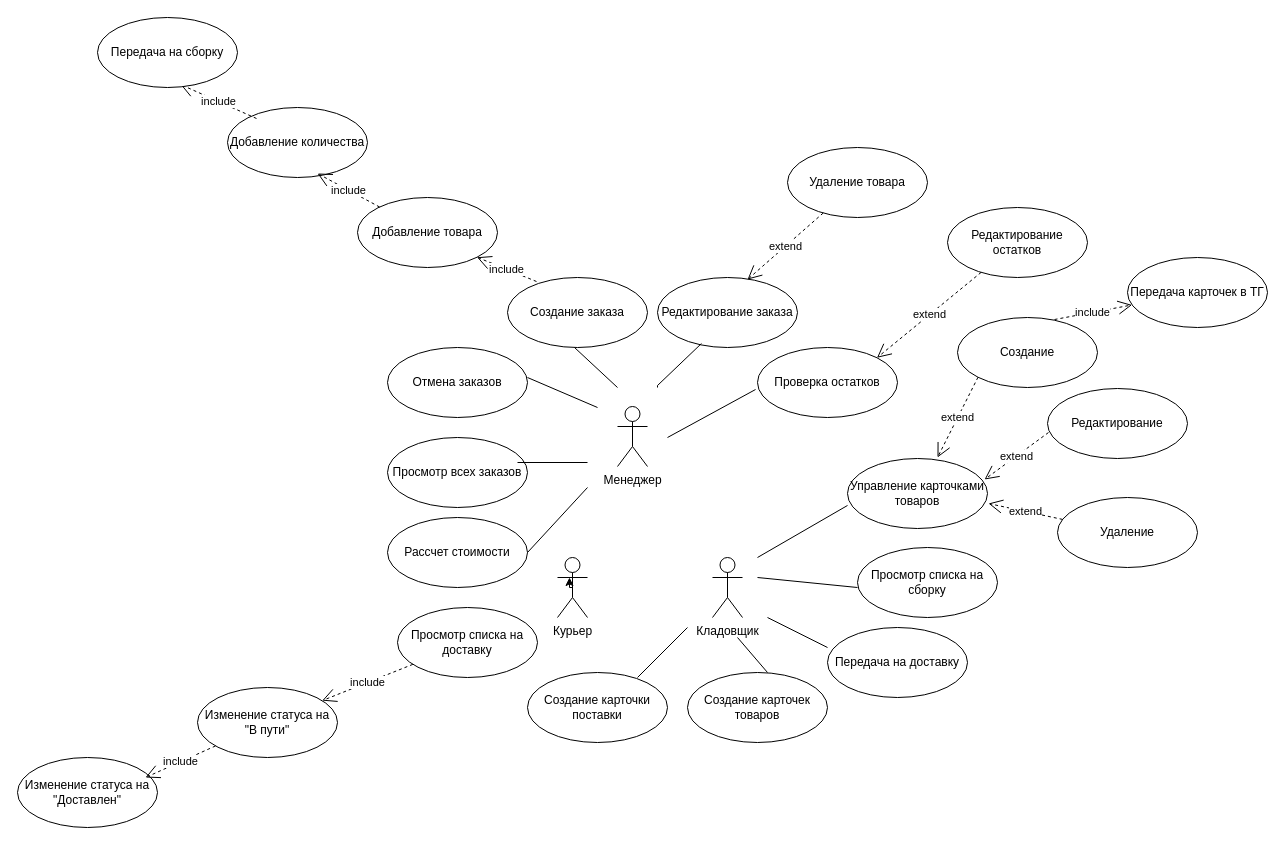
Nguyen1337/UML keeps this draw.io diagram as Диаграмма без названия.drawio. Above is the earlier version. Source tidied: cells renumbered, new cells numbered last; positions are measured from the earlier drawing's top-left corner, leaving out a move shared by most shapes. Both pictures are drawn from the tidied source at 100%, with x=0, y=0 at pixel (17, 17).
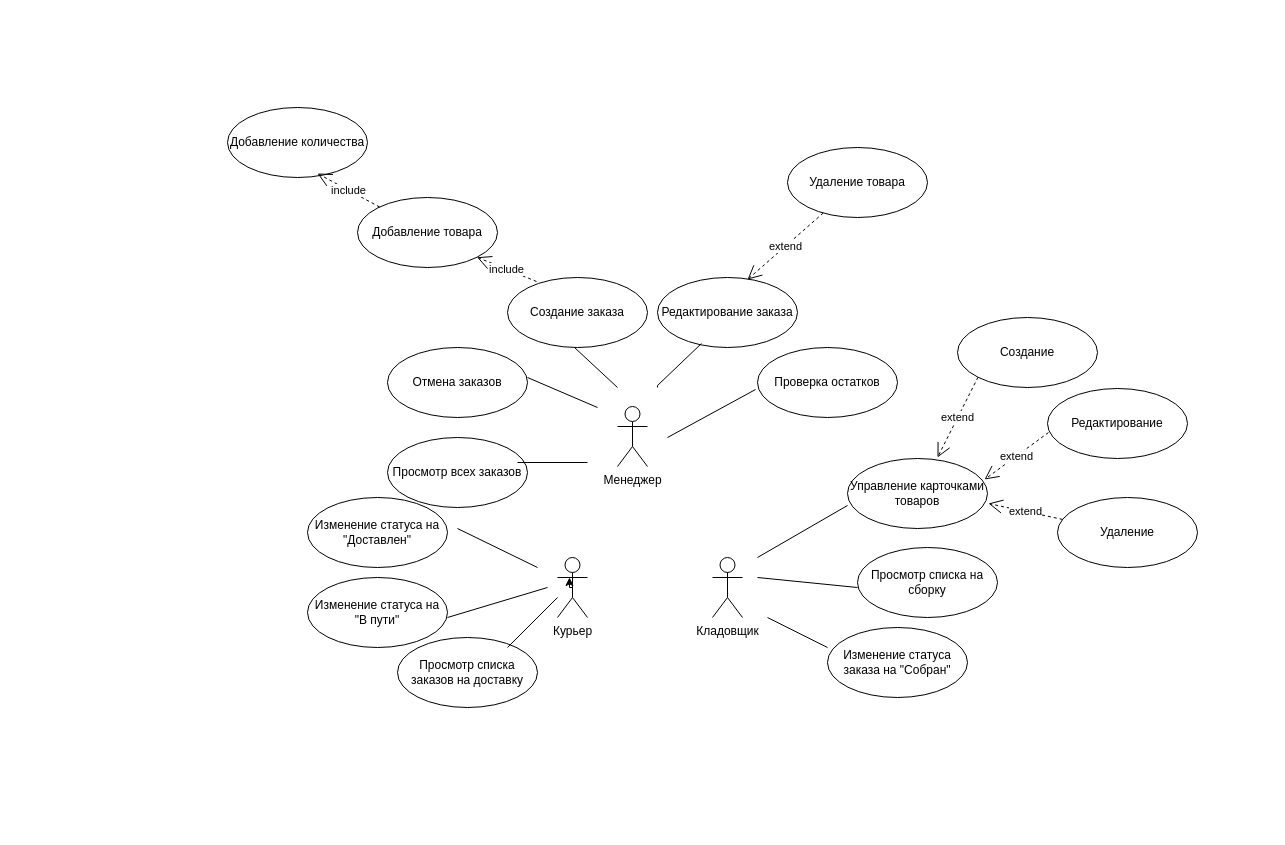
The same page after the edit.

The change refers to these unchanged cells:
```xml
<mxCell id="4" value="Проверка остатков" style="ellipse;whiteSpace=wrap;html=1;" parent="1" vertex="1">
  <mxGeometry x="740" y="330" width="140" height="70" as="geometry" />
</mxCell>
<mxCell id="13" value="Добавление количества" style="ellipse;whiteSpace=wrap;html=1;" parent="1" vertex="1">
  <mxGeometry x="210" y="90" width="140" height="70" as="geometry" />
</mxCell>
<mxCell id="30" value="Создание" style="ellipse;whiteSpace=wrap;html=1;" parent="1" vertex="1">
  <mxGeometry x="940" y="300" width="140" height="70" as="geometry" />
</mxCell>
```

What changed in the source:
```diff
@@
-    <mxCell id="15" value="include" style="endArrow=open;endSize=12;dashed=1;html=1;rounded=0;exitX=0.207;exitY=0.157;exitDx=0;exitDy=0;exitPerimeter=0;entryX=0.593;entryY=0.957;entryDx=0;entryDy=0;entryPerimeter=0;" parent="1" edge="1" source="13" target="16">
-      <mxGeometry relative="1" as="geometry" />
-    </mxCell>
-    <mxCell id="16" value="Передача на сборку" style="ellipse;whiteSpace=wrap;html=1;" parent="1" vertex="1">
-      <mxGeometry x="80" width="140" height="70" as="geometry" />
-    </mxCell>
-    <mxCell id="17" value="Редактирование остатков" style="ellipse;whiteSpace=wrap;html=1;" parent="1" vertex="1">
-      <mxGeometry x="930" y="190" width="140" height="70" as="geometry" />
-    </mxCell>
@@
-    <mxCell id="23" value="extend" style="endArrow=open;endSize=12;dashed=1;html=1;rounded=0;entryX=1;entryY=0;entryDx=0;entryDy=0;" parent="1" edge="1" source="17" target="4">
-      <mxGeometry relative="1" as="geometry" />
-    </mxCell>
@@
-    <mxCell id="25" value="Передача на доставку" style="ellipse;whiteSpace=wrap;html=1;" parent="1" vertex="1">
+    <mxCell id="25" value="Изменение статуса заказа на &quot;Собран&quot;" style="ellipse;whiteSpace=wrap;html=1;" parent="1" vertex="1">
       <mxGeometry x="810" y="610" width="140" height="70" as="geometry" />
     </mxCell>
-    <mxCell id="26" value="Создание карточек товаров" style="ellipse;whiteSpace=wrap;html=1;" parent="1" vertex="1">
-      <mxGeometry x="670" y="655" width="140" height="70" as="geometry" />
-    </mxCell>
@@
-    <mxCell id="31" value="Создание карточки поставки" style="ellipse;whiteSpace=wrap;html=1;" parent="1" vertex="1">
-      <mxGeometry x="510" y="655" width="140" height="70" as="geometry" />
-    </mxCell>
@@
-    <mxCell id="33" value="Передача карточек в ТГ" style="ellipse;whiteSpace=wrap;html=1;" parent="1" vertex="1">
-      <mxGeometry x="1110" y="240" width="140" height="70" as="geometry" />
-    </mxCell>
-    <mxCell id="34" value="include" style="endArrow=open;endSize=12;dashed=1;html=1;rounded=0;exitX=0.693;exitY=0.029;exitDx=0;exitDy=0;exitPerimeter=0;" parent="1" edge="1" source="30" target="33">
-      <mxGeometry x="-0.01" relative="1" as="geometry" />
-    </mxCell>
@@
-    <mxCell id="37" style="endArrow=none;html=1;rounded=0;" parent="1" edge="1">
-      <mxGeometry relative="1" as="geometry">
-        <mxPoint x="620" y="660" as="sourcePoint" />
-        <mxPoint x="670" y="610" as="targetPoint" />
-      </mxGeometry>
-    </mxCell>
-    <mxCell id="38" style="endArrow=none;html=1;rounded=0;" parent="1" edge="1">
-      <mxGeometry relative="1" as="geometry">
-        <mxPoint x="720" y="620" as="sourcePoint" />
-        <mxPoint x="750" y="655" as="targetPoint" />
-      </mxGeometry>
-    </mxCell>
@@
-    <mxCell id="44" value="Просмотр списка на доставку" style="ellipse;whiteSpace=wrap;html=1;" parent="1" vertex="1">
-      <mxGeometry x="380" y="590" width="140" height="70" as="geometry" />
+    <mxCell id="44" value="Просмотр списка заказов на доставку" style="ellipse;whiteSpace=wrap;html=1;" parent="1" vertex="1">
+      <mxGeometry x="380" y="620" width="140" height="70" as="geometry" />
     </mxCell>
-    <mxCell id="45" value="Рассчет стоимости" style="ellipse;whiteSpace=wrap;html=1;" parent="1" vertex="1">
-      <mxGeometry x="370" y="500" width="140" height="70" as="geometry" />
-    </mxCell>
-    <mxCell id="46" value="include" style="endArrow=open;endSize=12;dashed=1;html=1;rounded=0;" parent="1" edge="1" source="44" target="47">
-      <mxGeometry relative="1" as="geometry" />
-    </mxCell>
     <mxCell id="47" value="Изменение статуса на &quot;В пути&quot;" style="ellipse;whiteSpace=wrap;html=1;" parent="1" vertex="1">
-      <mxGeometry x="180" y="670" width="140" height="70" as="geometry" />
+      <mxGeometry x="290" y="560" width="140" height="70" as="geometry" />
     </mxCell>
     <mxCell id="48" value="Изменение статуса на &quot;Доставлен&quot;" style="ellipse;whiteSpace=wrap;html=1;" parent="1" vertex="1">
-      <mxGeometry y="740" width="140" height="70" as="geometry" />
+      <mxGeometry x="290" y="480" width="140" height="70" as="geometry" />
     </mxCell>
-    <mxCell id="49" value="include" style="endArrow=open;endSize=12;dashed=1;html=1;rounded=0;entryX=0.914;entryY=0.286;entryDx=0;entryDy=0;entryPerimeter=0;" parent="1" edge="1" source="47" target="48">
-      <mxGeometry x="-0.01" relative="1" as="geometry" />
-    </mxCell>
-    <mxCell id="50" style="endArrow=none;html=1;rounded=0;exitX=1;exitY=0.5;exitDx=0;exitDy=0;" parent="1" edge="1" source="45">
-      <mxGeometry relative="1" as="geometry">
-        <mxPoint x="570" y="470" as="targetPoint" />
-      </mxGeometry>
-    </mxCell>
+    <mxCell id="51" style="endArrow=none;html=1;rounded=0;" parent="1" edge="1">
+      <mxGeometry relative="1" as="geometry">
+        <mxPoint x="490" y="630" as="sourcePoint" />
+        <mxPoint x="540" y="580" as="targetPoint" />
+      </mxGeometry>
+    </mxCell>
+    <mxCell id="52" style="endArrow=none;html=1;rounded=0;" parent="1" edge="1">
+      <mxGeometry relative="1" as="geometry">
+        <mxPoint x="440" y="511" as="sourcePoint" />
+        <mxPoint x="520" y="550" as="targetPoint" />
+      </mxGeometry>
+    </mxCell>
+    <mxCell id="53" style="endArrow=none;html=1;rounded=0;" parent="1" edge="1">
+      <mxGeometry relative="1" as="geometry">
+        <mxPoint x="430" y="600" as="sourcePoint" />
+        <mxPoint x="530" y="570" as="targetPoint" />
+      </mxGeometry>
+    </mxCell>
```
